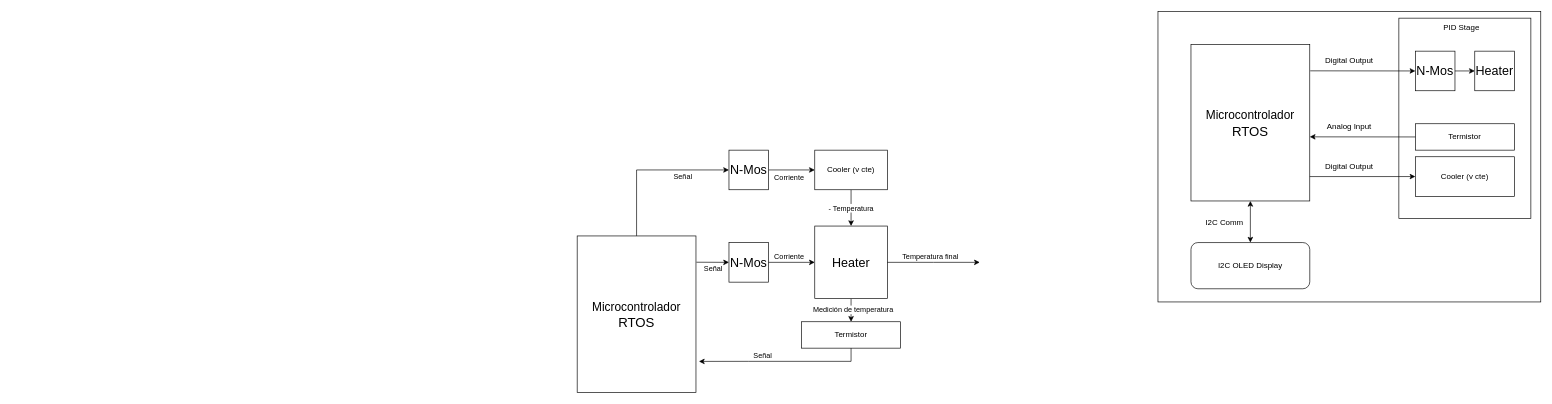
The draw.io diagram page "Page-1" (1 of 3) of template.drawio in jmoro1/EDIII, before the edit. Source tidied: cells renumbered, new cells numbered last; positions are measured from the earlier drawing's top-left corner, leaving out a move shared by most shapes. Both pictures are drawn from the tidied source at 66%, with x=0, y=0 at pixel (577, 11).
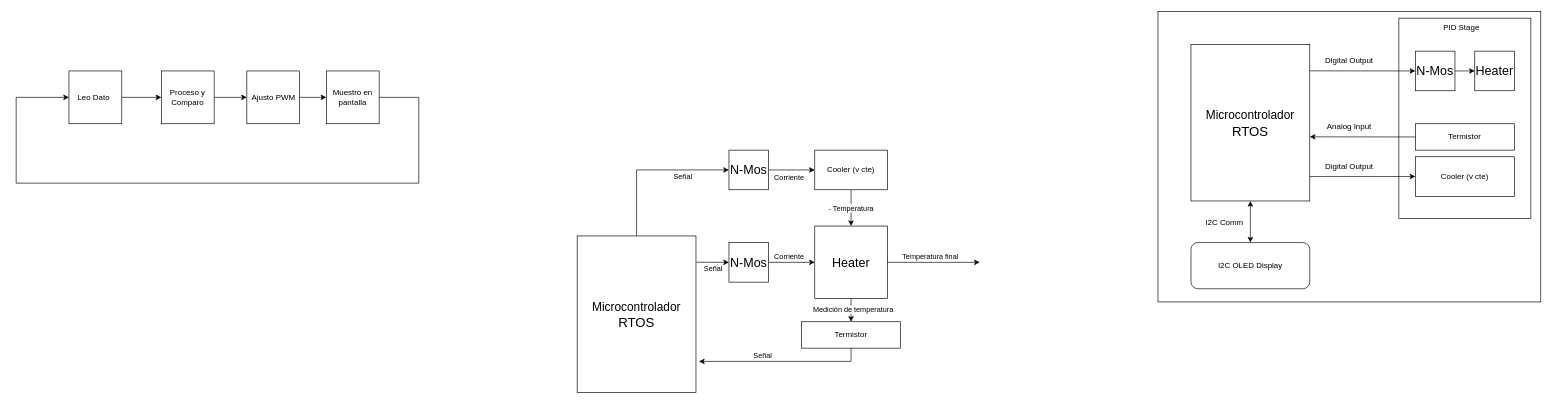
The same diagram, later.

What changed in the source:
```diff
@@
+    <mxCell id="41" value="Leo Dato&lt;span style=&quot;white-space: pre;&quot;&gt;&#9;&lt;/span&gt;" style="whiteSpace=wrap;html=1;" parent="1" vertex="1">
+      <mxGeometry x="-770" y="90" width="80" height="80" as="geometry" />
+    </mxCell>
+    <mxCell id="42" value="Proceso y Comparo" style="whiteSpace=wrap;html=1;" parent="1" vertex="1">
+      <mxGeometry x="-630" y="90" width="80" height="80" as="geometry" />
+    </mxCell>
+    <mxCell id="43" value="Ajusto PWM" style="whiteSpace=wrap;html=1;" parent="1" vertex="1">
+      <mxGeometry x="-500.5" y="90" width="80" height="80" as="geometry" />
+    </mxCell>
+    <mxCell id="44" value="Muestro en pantalla" style="whiteSpace=wrap;html=1;" parent="1" vertex="1">
+      <mxGeometry x="-380" y="90" width="80" height="80" as="geometry" />
+    </mxCell>
+    <mxCell id="45" style="endArrow=classic;html=1;rounded=0;exitX=1;exitY=0.5;exitDx=0;exitDy=0;entryX=0;entryY=0.5;entryDx=0;entryDy=0;" parent="1" edge="1" source="41" target="42">
+      <mxGeometry relative="1" as="geometry" />
+    </mxCell>
+    <mxCell id="46" style="endArrow=classic;html=1;rounded=0;exitX=1;exitY=0.5;exitDx=0;exitDy=0;entryX=0;entryY=0.5;entryDx=0;entryDy=0;" parent="1" edge="1" source="42" target="43">
+      <mxGeometry relative="1" as="geometry" />
+    </mxCell>
+    <mxCell id="47" style="endArrow=classic;html=1;rounded=0;exitX=1;exitY=0.5;exitDx=0;exitDy=0;entryX=0;entryY=0.5;entryDx=0;entryDy=0;" parent="1" edge="1" source="43" target="44">
+      <mxGeometry relative="1" as="geometry" />
+    </mxCell>
+    <mxCell id="48" style="endArrow=classic;html=1;rounded=0;exitX=1;exitY=0.5;exitDx=0;exitDy=0;entryX=0;entryY=0.5;entryDx=0;entryDy=0;" parent="1" edge="1" source="44" target="41">
+      <mxGeometry relative="1" as="geometry">
+        <Array as="points">
+          <mxPoint x="-240" y="130" />
+          <mxPoint x="-240" y="260" />
+          <mxPoint x="-850" y="260" />
+          <mxPoint x="-850" y="130" />
+        </Array>
+      </mxGeometry>
+    </mxCell>
```
